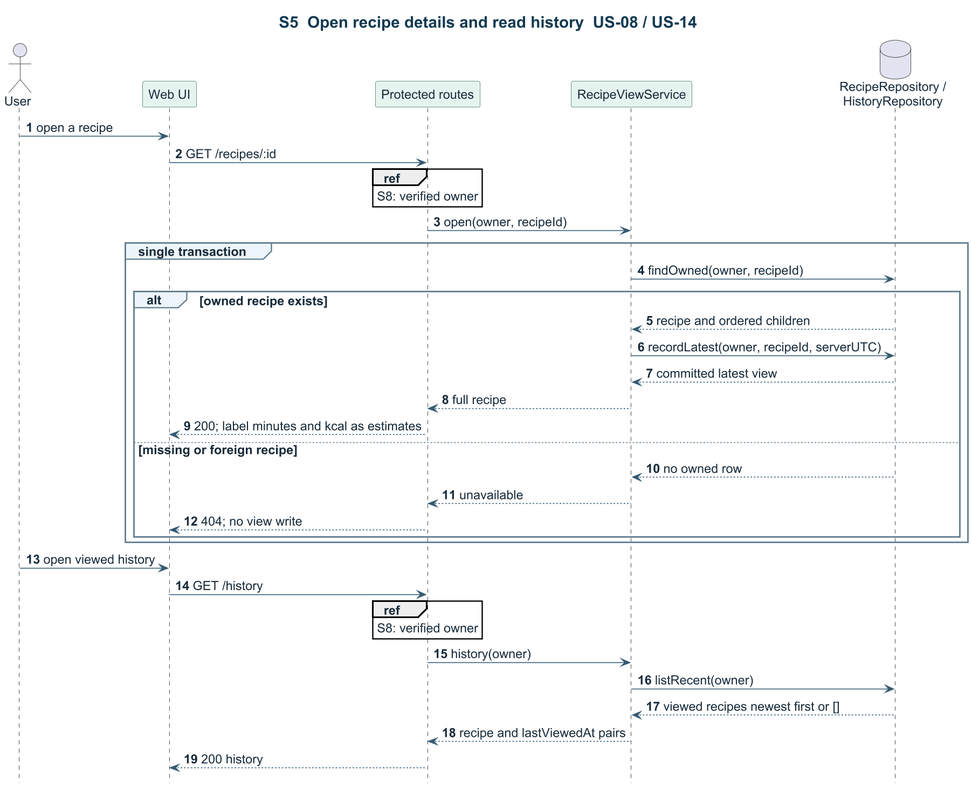
Earlier version of the PlantUML export docs/design/sequence/details-history.png (SarpCizer/CMPE331-Project).
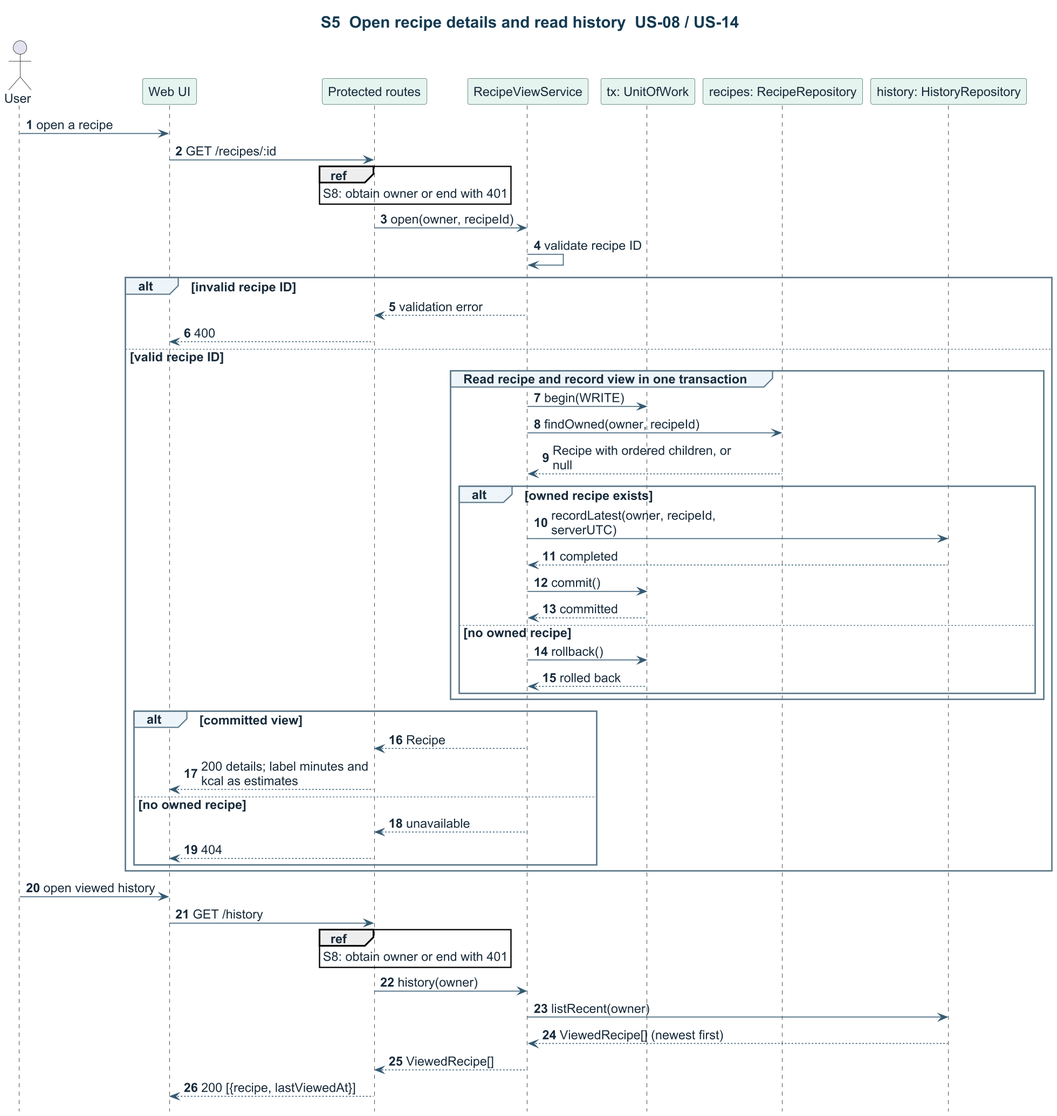
Above is the later version.

The edit, as a diff of the source:
```diff
@@ -20,35 +20,52 @@
 skinparam SequenceGroupBorderColor #617C8D
 hide footbox
 autonumber
+skinparam maxMessageSize 220
 actor User
 participant "Web UI" as UI
 participant "Protected routes" as API
+
 participant RecipeViewService as View
-database "RecipeRepository /\nHistoryRepository" as Store
+participant "tx: UnitOfWork" as Tx
+participant "recipes: RecipeRepository" as Recipes
+participant "history: HistoryRepository" as History
 User -> UI : open a recipe
 UI -> API : GET /recipes/:id
-ref over API : S8: verified owner
+ref over API : S8: obtain owner or end with 401
 API -> View : open(owner, recipeId)
-group single transaction
-  View -> Store : findOwned(owner, recipeId)
-  alt owned recipe exists
-    Store --> View : recipe and ordered children
-    View -> Store : recordLatest(owner, recipeId, serverUTC)
-    Store --> View : committed latest view
-    View --> API : full recipe
-    API --> UI : 200; label minutes and kcal as estimates
-  else missing or foreign recipe
-    Store --> View : no owned row
+View -> View : validate recipe ID
+alt invalid recipe ID
+  View --> API : validation error
+  API --> UI : 400
+else valid recipe ID
+  group Read recipe and record view in one transaction
+    View -> Tx : begin(WRITE)
+    View -> Recipes : findOwned(owner, recipeId)
+    Recipes --> View : Recipe with ordered children, or null
+    alt owned recipe exists
+      View -> History : recordLatest(owner, recipeId, serverUTC)
+      History --> View : completed
+      View -> Tx : commit()
+      Tx --> View : committed
+    else no owned recipe
+      View -> Tx : rollback()
+      Tx --> View : rolled back
+    end
+  end
+  alt committed view
+    View --> API : Recipe
+    API --> UI : 200 details; label minutes and kcal as estimates
+  else no owned recipe
     View --> API : unavailable
-    API --> UI : 404; no view write
+    API --> UI : 404
   end
 end
 User -> UI : open viewed history
 UI -> API : GET /history
-ref over API : S8: verified owner
+ref over API : S8: obtain owner or end with 401
 API -> View : history(owner)
-View -> Store : listRecent(owner)
-Store --> View : viewed recipes newest first or []
-View --> API : recipe and lastViewedAt pairs
-API --> UI : 200 history
+View -> History : listRecent(owner)
+History --> View : ViewedRecipe[] (newest first)
+View --> API : ViewedRecipe[]
+API --> UI : 200 [{recipe, lastViewedAt}]
 @enduml
```
